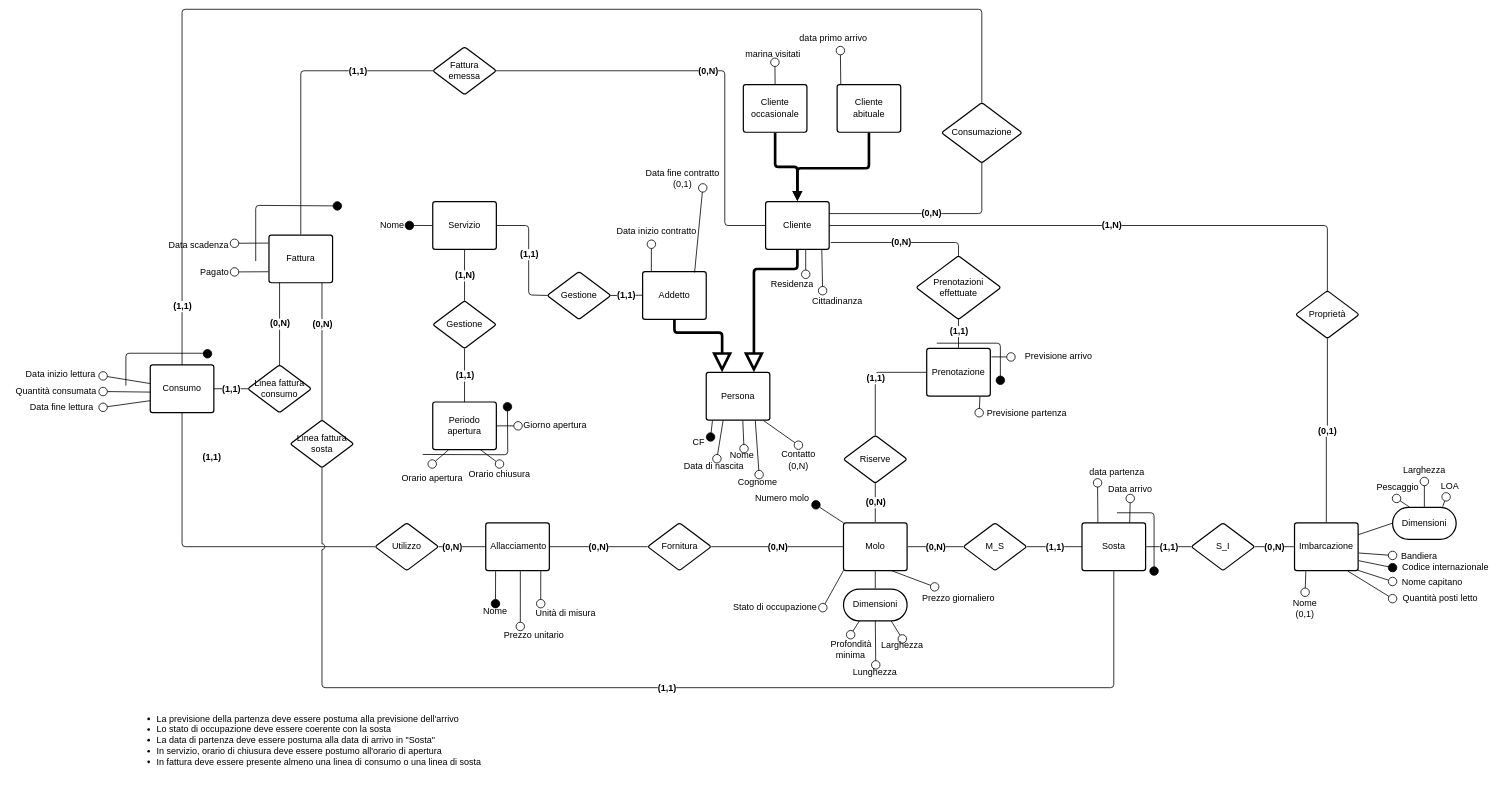
Above: page "Concettuale ridotto" (4 of 5) of src_relazione_tex/Er.drawio in alessandro-massarenti/Progetto-basi-di-dati-2022 (draw.io), before the change. Source tidied: cells renumbered, new cells numbered last; positions are measured from the earlier drawing's top-left corner, leaving out a move shared by most shapes. Both pictures are drawn from the tidied source at 53%, with x=0, y=0 at pixel (9, 9).
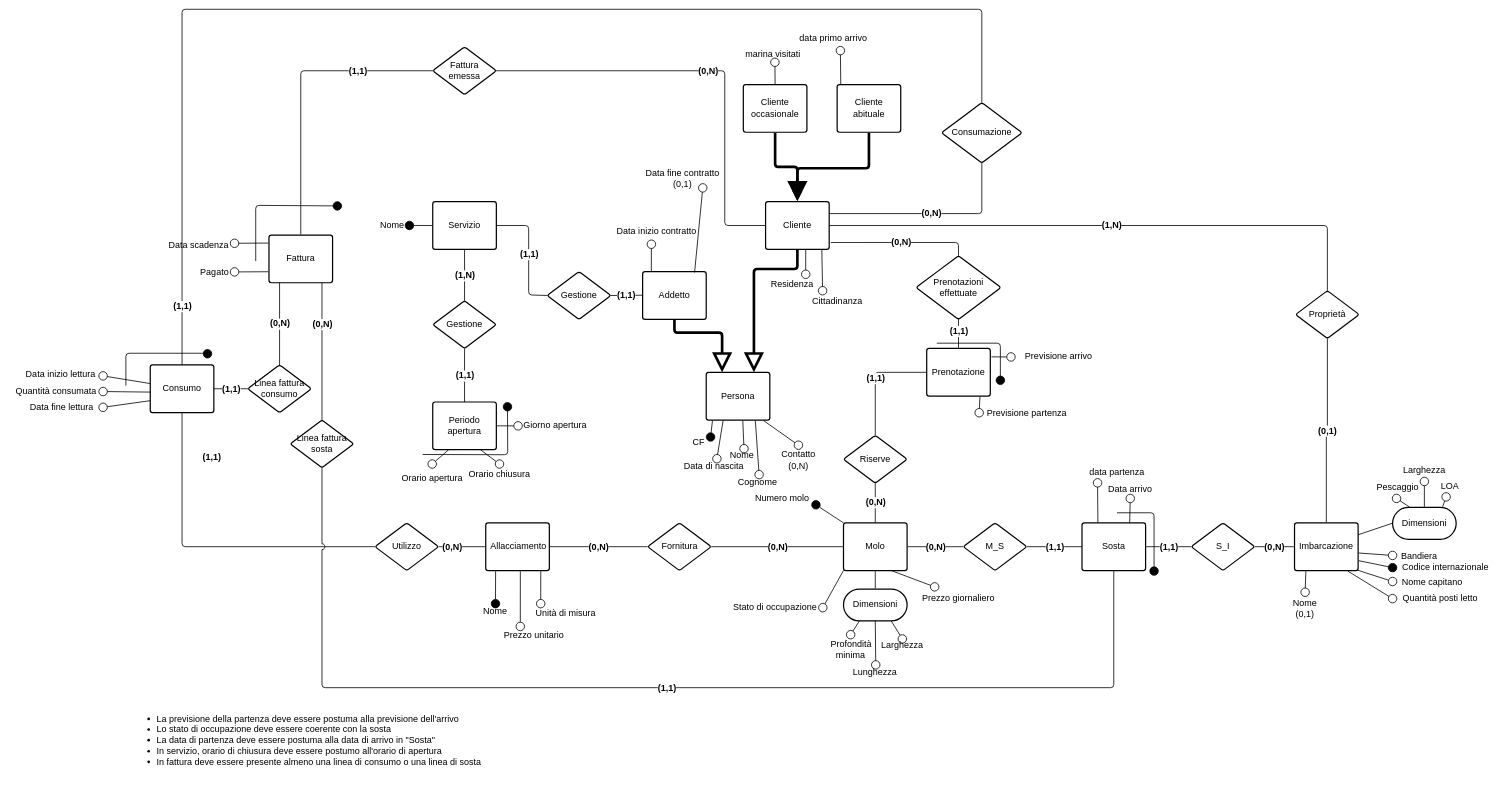
After the change.

The change refers to these unchanged cells:
```xml
<mxCell id="34" value="Cliente" style="html=1;overflow=block;blockSpacing=1;whiteSpace=wrap;fontSize=17;fontColor=#000000;spacing=9;strokeColor=#000000;strokeOpacity=100;rounded=1;absoluteArcSize=1;arcSize=9;strokeWidth=2.3;" parent="1" vertex="1">
  <mxGeometry x="1427" y="363" width="120" height="90" as="geometry" />
</mxCell>
<mxCell id="96" value="Cliente abituale" style="html=1;overflow=block;blockSpacing=1;whiteSpace=wrap;fontSize=17;fontColor=#000000;spacing=9;strokeColor=#000000;strokeOpacity=100;rounded=1;absoluteArcSize=1;arcSize=9;strokeWidth=2.3;" parent="1" vertex="1">
  <mxGeometry x="1562" y="142" width="120" height="90" as="geometry" />
</mxCell>
```

Change to the diagram source:
```diff
@@
-    <mxCell id="99" style="html=1;jettySize=18;whiteSpace=wrap;fontSize=17;strokeColor=#000000;strokeWidth=5;rounded=1;arcSize=12;edgeStyle=orthogonalEdgeStyle;startArrow=none;endArrow=block;endFill=1;exitX=0.5;exitY=1.012;exitPerimeter=0;entryX=0.5;entryY=-0.012;entryPerimeter=0;" parent="1" edge="1" source="96" target="34">
+    <mxCell id="99" style="html=1;jettySize=18;whiteSpace=wrap;fontSize=17;strokeColor=#000000;strokeWidth=5;rounded=1;arcSize=12;edgeStyle=orthogonalEdgeStyle;startArrow=none;endArrow=block;endFill=1;exitX=0.5;exitY=1.012;exitPerimeter=0;entryX=0.5;entryY=-0.012;entryPerimeter=0;endSize=25;" parent="1" edge="1" source="96" target="34">
       <mxGeometry relative="1" as="geometry">
         <Array as="points">
           <mxPoint x="1622" y="300" />
           <mxPoint x="1487" y="300" />
         </Array>
       </mxGeometry>
     </mxCell>
```
